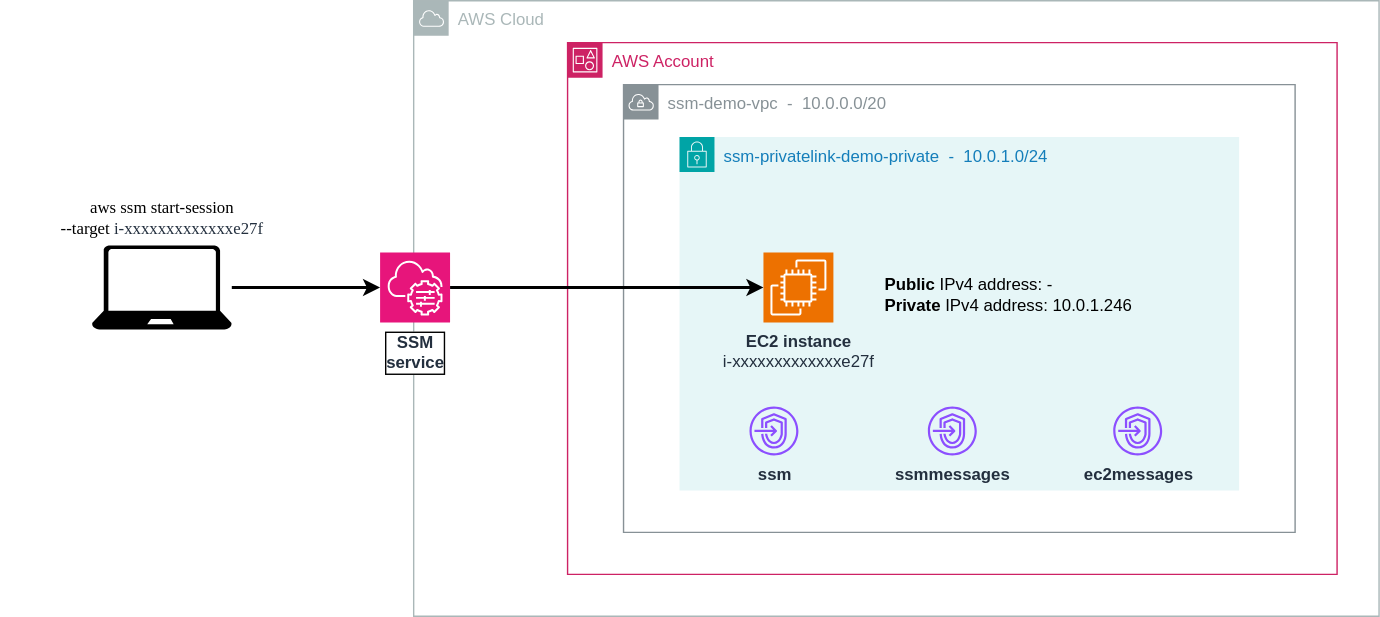
Above: doc/ssm_session_privatelink.svg in ballestert/demo_ssm_access (draw.io), before the change. Source tidied: cells renumbered, new cells last; positions are measured from the earlier drawing's top-left corner, leaving out a move shared by most shapes.
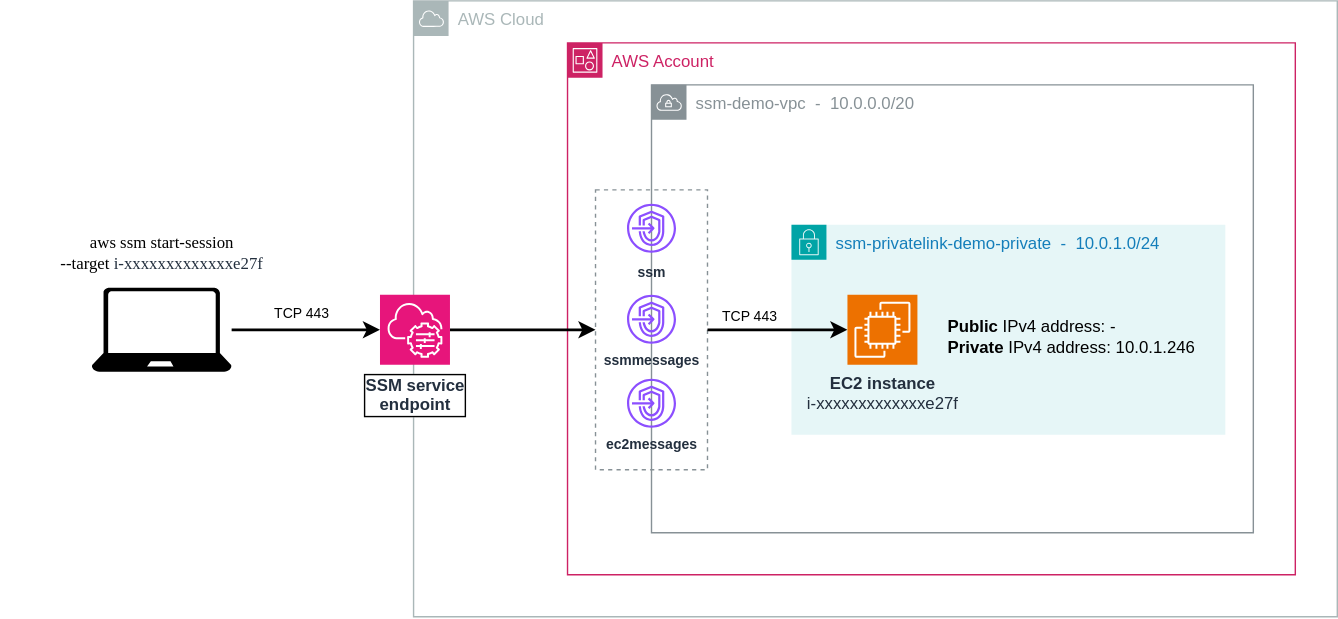
The same diagram one commit later.

Change to the diagram source:
```diff
@@ -3,46 +3,58 @@
     <mxCell id="0" />
     <mxCell id="1" parent="0" />
     <mxCell id="2" value="AWS Cloud" style="sketch=0;gradientColor=none;html=1;whiteSpace=wrap;fontSize=12;fontStyle=0;shape=mxgraph.aws4.group;grIcon=mxgraph.aws4.group_aws_cloud;strokeColor=#AAB7B8;fillColor=none;verticalAlign=top;align=left;spacingLeft=30;fontColor=#AAB7B8;dashed=0;" parent="1" vertex="1">
-      <mxGeometry x="295" width="690" height="440" as="geometry" />
+      <mxGeometry x="295" width="660" height="440" as="geometry" />
     </mxCell>
     <mxCell id="3" value="AWS Account" style="gradientColor=none;html=1;whiteSpace=wrap;fontSize=12;fontStyle=0;shape=mxgraph.aws4.group;grIcon=mxgraph.aws4.group_account;strokeColor=#CD2264;fillColor=none;verticalAlign=top;align=left;spacingLeft=30;fontColor=#CD2264;dashed=0;rounded=0;" parent="1" vertex="1">
-      <mxGeometry x="405" y="30" width="550" height="380" as="geometry" />
+      <mxGeometry x="405" y="30" width="520" height="380" as="geometry" />
     </mxCell>
+    <mxCell id="16" style="outlineConnect=0;gradientColor=none;html=1;whiteSpace=wrap;fontSize=12;fontStyle=0;strokeColor=#879196;fillColor=none;verticalAlign=top;align=center;fontColor=#879196;dashed=1;spacingTop=3;labelBackgroundColor=default;" parent="3" vertex="1">
+      <mxGeometry x="20" y="105" width="80" height="200" as="geometry" />
+    </mxCell>
     <mxCell id="4" value="ssm-demo-vpc&amp;nbsp; -&amp;nbsp;&amp;nbsp;&lt;span style=&quot;background-color: initial;&quot;&gt;10.0.0.0/20&lt;/span&gt;" style="gradientColor=none;html=1;whiteSpace=wrap;fontSize=12;fontStyle=0;shape=mxgraph.aws4.group;grIcon=mxgraph.aws4.group_vpc;strokeColor=#879196;fillColor=none;verticalAlign=top;align=left;spacingLeft=30;fontColor=#879196;dashed=0;rounded=0;" parent="3" vertex="1">
-      <mxGeometry x="40" y="30" width="480" height="320" as="geometry" />
+      <mxGeometry x="60" y="30" width="430" height="320" as="geometry" />
     </mxCell>
     <mxCell id="5" value="ssm-privatelink-demo-private&amp;nbsp; -&amp;nbsp;&amp;nbsp;&lt;span style=&quot;background-color: initial;&quot;&gt;10.0.1.0/24&lt;/span&gt;" style="gradientColor=none;html=1;whiteSpace=wrap;fontSize=12;fontStyle=0;shape=mxgraph.aws4.group;grIcon=mxgraph.aws4.group_security_group;grStroke=0;strokeColor=#00A4A6;fillColor=#E6F6F7;verticalAlign=top;align=left;spacingLeft=30;fontColor=#147EBA;dashed=0;rounded=0;" parent="3" vertex="1">
-      <mxGeometry x="80" y="67.5" width="400" height="252.5" as="geometry" />
+      <mxGeometry x="160" y="130" width="310" height="150" as="geometry" />
     </mxCell>
-    <mxCell id="6" value="&lt;b&gt;EC2 instance&lt;/b&gt;&lt;div&gt;i-xxxxxxxxxxxxxe27f&lt;/div&gt;" style="points=[[0,0,0],[0.25,0,0],[0.5,0,0],[0.75,0,0],[1,0,0],[0,1,0],[0.25,1,0],[0.5,1,0],[0.75,1,0],[1,1,0],[0,0.25,0],[0,0.5,0],[0,0.75,0],[1,0.25,0],[1,0.5,0],[1,0.75,0]];outlineConnect=0;fontColor=#232F3E;fillColor=#ED7100;strokeColor=#ffffff;dashed=0;verticalLabelPosition=bottom;verticalAlign=top;align=center;html=1;fontSize=12;fontStyle=0;shape=mxgraph.aws4.resourceIcon;resIcon=mxgraph.aws4.ec2;rounded=0;" parent="5" vertex="1">
-      <mxGeometry x="60" y="82.5" width="50" height="50" as="geometry" />
-    </mxCell>
-    <mxCell id="7" value="&lt;b&gt;ssmmessages&lt;/b&gt;" style="fontColor=#232F3E;gradientColor=none;fillColor=#8C4FFF;strokeColor=none;dashed=0;verticalLabelPosition=bottom;verticalAlign=top;align=center;html=1;fontSize=12;fontStyle=0;shape=mxgraph.aws4.endpoints;rounded=0;labelBorderColor=none;labelBackgroundColor=none;" parent="3" vertex="1">
-      <mxGeometry x="257.5" y="260" width="35" height="35" as="geometry" />
+    <mxCell id="7" value="&lt;b&gt;ssmmessages&lt;/b&gt;" style="fontColor=#232F3E;gradientColor=none;fillColor=#8C4FFF;strokeColor=none;dashed=0;verticalLabelPosition=bottom;verticalAlign=top;align=center;html=1;fontSize=10;fontStyle=0;shape=mxgraph.aws4.endpoints;rounded=0;labelBorderColor=none;labelBackgroundColor=none;" parent="3" vertex="1">
+      <mxGeometry x="42.5" y="180" width="35" height="35" as="geometry" />
     </mxCell>
-    <mxCell id="8" value="&lt;b&gt;ec2messages&lt;/b&gt;" style="fontColor=#232F3E;gradientColor=none;fillColor=#8C4FFF;strokeColor=none;dashed=0;verticalLabelPosition=bottom;verticalAlign=top;align=center;html=1;fontSize=12;fontStyle=0;shape=mxgraph.aws4.endpoints;rounded=0;labelBorderColor=none;labelBackgroundColor=none;" parent="3" vertex="1">
-      <mxGeometry x="390" y="260" width="35" height="35" as="geometry" />
+    <mxCell id="8" value="&lt;b&gt;ec2messages&lt;/b&gt;" style="fontColor=#232F3E;gradientColor=none;fillColor=#8C4FFF;strokeColor=none;dashed=0;verticalLabelPosition=bottom;verticalAlign=top;align=center;html=1;fontSize=10;fontStyle=0;shape=mxgraph.aws4.endpoints;rounded=0;labelBorderColor=none;labelBackgroundColor=none;" parent="3" vertex="1">
+      <mxGeometry x="42.5" y="240" width="35" height="35" as="geometry" />
     </mxCell>
+    <mxCell id="10" value="&lt;b&gt;&lt;font style=&quot;font-size: 10px;&quot;&gt;ssm&lt;/font&gt;&lt;/b&gt;" style="fontColor=#232F3E;gradientColor=none;fillColor=#8C4FFF;strokeColor=none;dashed=0;verticalLabelPosition=bottom;verticalAlign=top;align=center;html=1;fontSize=12;fontStyle=0;shape=mxgraph.aws4.endpoints;rounded=0;labelBorderColor=none;labelBackgroundColor=none;" parent="3" vertex="1">
+      <mxGeometry x="42.5" y="115" width="35" height="35" as="geometry" />
+    </mxCell>
+    <mxCell id="17" style="edgeStyle=orthogonalEdgeStyle;rounded=0;jettySize=auto;html=1;strokeWidth=2;" parent="3" edge="1" source="16" target="6">
+      <mxGeometry relative="1" as="geometry" />
+    </mxCell>
+    <mxCell id="6" value="&lt;b&gt;EC2 instance&lt;/b&gt;&lt;div&gt;i-xxxxxxxxxxxxxe27f&lt;/div&gt;" style="points=[[0,0,0],[0.25,0,0],[0.5,0,0],[0.75,0,0],[1,0,0],[0,1,0],[0.25,1,0],[0.5,1,0],[0.75,1,0],[1,1,0],[0,0.25,0],[0,0.5,0],[0,0.75,0],[1,0.25,0],[1,0.5,0],[1,0.75,0]];outlineConnect=0;fontColor=#232F3E;fillColor=#ED7100;strokeColor=#ffffff;dashed=0;verticalLabelPosition=bottom;verticalAlign=top;align=center;html=1;fontSize=12;fontStyle=0;shape=mxgraph.aws4.resourceIcon;resIcon=mxgraph.aws4.ec2;rounded=0;" parent="3" vertex="1">
+      <mxGeometry x="200" y="180" width="50" height="50" as="geometry" />
+    </mxCell>
     <mxCell id="9" value="&lt;b&gt;Public&lt;/b&gt; IPv4 address: -&lt;div&gt;&lt;b&gt;Private&lt;/b&gt; IPv4 address: 10.0.1.246&lt;/div&gt;" style="text;html=1;align=left;verticalAlign=middle;strokeColor=none;fillColor=none;rounded=0;" parent="3" vertex="1">
-      <mxGeometry x="225" y="160" width="200" height="40" as="geometry" />
+      <mxGeometry x="270" y="190" width="200" height="40" as="geometry" />
     </mxCell>
-    <mxCell id="10" value="&lt;b&gt;ssm&lt;/b&gt;" style="fontColor=#232F3E;gradientColor=none;fillColor=#8C4FFF;strokeColor=none;dashed=0;verticalLabelPosition=bottom;verticalAlign=top;align=center;html=1;fontSize=12;fontStyle=0;shape=mxgraph.aws4.endpoints;rounded=0;labelBorderColor=none;labelBackgroundColor=none;" parent="3" vertex="1">
-      <mxGeometry x="130" y="260" width="35" height="35" as="geometry" />
-    </mxCell>
+    <mxCell id="18" value="&lt;font style=&quot;font-size: 10px;&quot;&gt;TCP 443&lt;/font&gt;" style="text;html=1;align=center;verticalAlign=middle;strokeColor=none;fillColor=none;" parent="3" vertex="1">
+      <mxGeometry x="100" y="180" width="60" height="30" as="geometry" />
+    </mxCell>
-    <mxCell id="11" style="edgeStyle=orthogonalEdgeStyle;rounded=0;jettySize=auto;html=1;strokeWidth=2;" parent="1" edge="1" source="12" target="6">
+    <mxCell id="11" style="edgeStyle=orthogonalEdgeStyle;rounded=0;jettySize=auto;html=1;strokeWidth=2;" parent="1" edge="1" source="12" target="16">
       <mxGeometry relative="1" as="geometry" />
     </mxCell>
-    <mxCell id="12" value="&lt;div&gt;&lt;b&gt;SSM&lt;/b&gt;&lt;/div&gt;&lt;div&gt;&lt;b&gt;service&lt;/b&gt;&lt;/div&gt;" style="points=[[0,0,0],[0.25,0,0],[0.5,0,0],[0.75,0,0],[1,0,0],[0,1,0],[0.25,1,0],[0.5,1,0],[0.75,1,0],[1,1,0],[0,0.25,0],[0,0.5,0],[0,0.75,0],[1,0.25,0],[1,0.5,0],[1,0.75,0]];points=[[0,0,0],[0.25,0,0],[0.5,0,0],[0.75,0,0],[1,0,0],[0,1,0],[0.25,1,0],[0.5,1,0],[0.75,1,0],[1,1,0],[0,0.25,0],[0,0.5,0],[0,0.75,0],[1,0.25,0],[1,0.5,0],[1,0.75,0]];outlineConnect=0;fontColor=#232F3E;fillColor=#E7157B;strokeColor=#ffffff;dashed=0;verticalLabelPosition=bottom;verticalAlign=top;align=center;html=1;fontSize=12;fontStyle=0;shape=mxgraph.aws4.resourceIcon;resIcon=mxgraph.aws4.systems_manager;rounded=0;labelBackgroundColor=default;labelBorderColor=default;" parent="1" vertex="1">
-      <mxGeometry x="271" y="180" width="50" height="50" as="geometry" />
+    <mxCell id="12" value="&lt;div&gt;&lt;b&gt;SSM&amp;nbsp;&lt;/b&gt;&lt;b&gt;service&lt;/b&gt;&lt;/div&gt;&lt;div&gt;&lt;b&gt;endpoint&lt;/b&gt;&lt;/div&gt;" style="points=[[0,0,0],[0.25,0,0],[0.5,0,0],[0.75,0,0],[1,0,0],[0,1,0],[0.25,1,0],[0.5,1,0],[0.75,1,0],[1,1,0],[0,0.25,0],[0,0.5,0],[0,0.75,0],[1,0.25,0],[1,0.5,0],[1,0.75,0]];points=[[0,0,0],[0.25,0,0],[0.5,0,0],[0.75,0,0],[1,0,0],[0,1,0],[0.25,1,0],[0.5,1,0],[0.75,1,0],[1,1,0],[0,0.25,0],[0,0.5,0],[0,0.75,0],[1,0.25,0],[1,0.5,0],[1,0.75,0]];outlineConnect=0;fontColor=#232F3E;fillColor=#E7157B;strokeColor=#ffffff;dashed=0;verticalLabelPosition=bottom;verticalAlign=top;align=center;html=1;fontSize=12;fontStyle=0;shape=mxgraph.aws4.resourceIcon;resIcon=mxgraph.aws4.systems_manager;rounded=0;labelBackgroundColor=default;labelBorderColor=default;" parent="1" vertex="1">
+      <mxGeometry x="271" y="210" width="50" height="50" as="geometry" />
     </mxCell>
     <mxCell id="13" style="edgeStyle=orthogonalEdgeStyle;rounded=0;jettySize=auto;html=1;strokeWidth=2;" parent="1" edge="1" source="14" target="12">
       <mxGeometry relative="1" as="geometry" />
     </mxCell>
     <mxCell id="14" style="verticalLabelPosition=bottom;html=1;verticalAlign=top;align=center;strokeColor=none;fillColor=#000000;shape=mxgraph.azure.laptop;" parent="1" vertex="1">
-      <mxGeometry x="65" y="175" width="100" height="60" as="geometry" />
+      <mxGeometry x="65" y="205" width="100" height="60" as="geometry" />
     </mxCell>
     <mxCell id="15" value="&lt;font face=&quot;Lucida Console&quot;&gt;aws ssm start-session&lt;/font&gt;&lt;div&gt;&lt;font face=&quot;Lucida Console&quot;&gt;--target&amp;nbsp;&lt;/font&gt;&lt;span style=&quot;background-color: initial;&quot;&gt;&lt;font face=&quot;Lucida Console&quot; color=&quot;#232f3e&quot;&gt;i-xxxxxxxxxxxxxe27f&lt;/font&gt;&lt;/span&gt;&lt;/div&gt;" style="text;html=1;align=center;verticalAlign=middle;strokeColor=none;fillColor=none;" parent="1" vertex="1">
-      <mxGeometry y="135" width="230" height="40" as="geometry" />
+      <mxGeometry y="160" width="230" height="40" as="geometry" />
     </mxCell>
+    <mxCell id="19" value="&lt;font style=&quot;font-size: 10px;&quot;&gt;TCP 443&lt;/font&gt;" style="text;html=1;align=center;verticalAlign=middle;strokeColor=none;fillColor=none;" parent="1" vertex="1">
+      <mxGeometry x="185" y="208" width="60" height="30" as="geometry" />
+    </mxCell>
   </root>
 </mxGraphModel>
```
